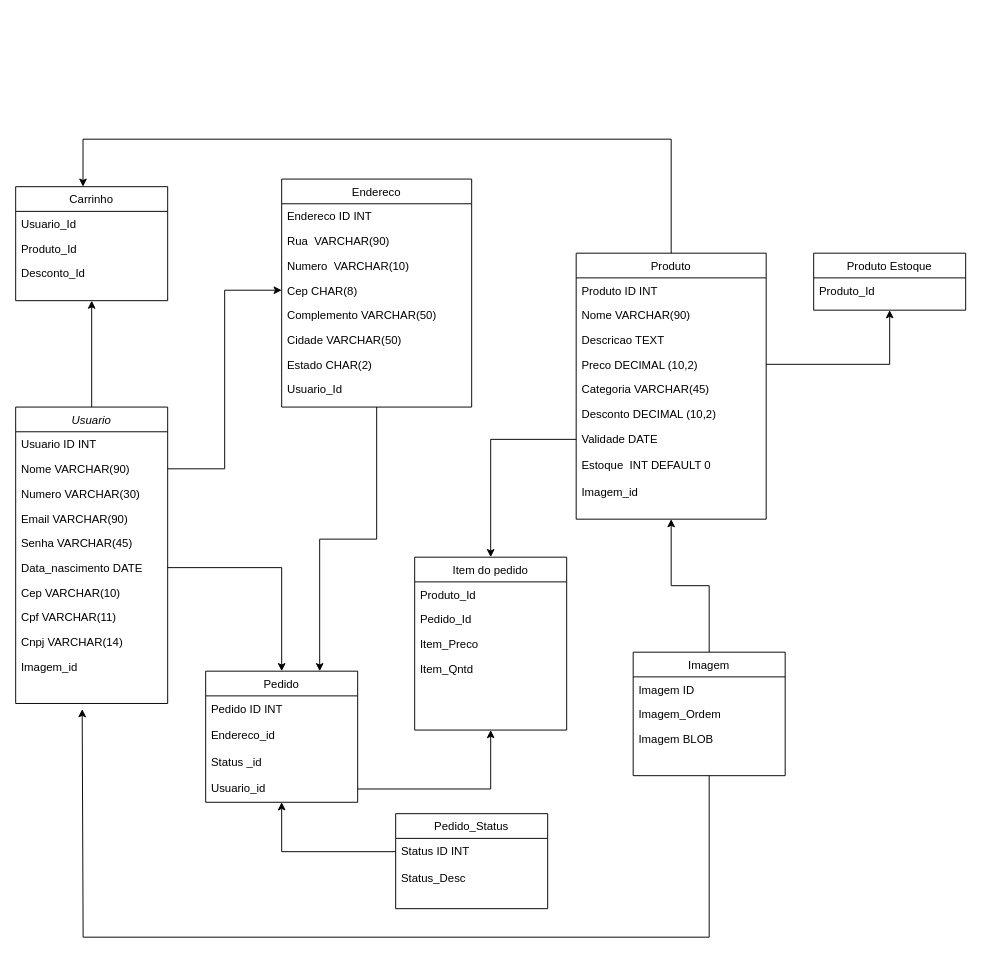
GustavoSsampaio/Pi_Baratin keeps this draw.io diagram as Pi5.drawio. Above is the earlier version. Source tidied: cells renumbered, new cells numbered last; positions are measured from the earlier drawing's top-left corner, leaving out a move shared by most shapes. Both pictures are drawn from the tidied source at 95%, with x=0, y=0 at pixel (15, 139).
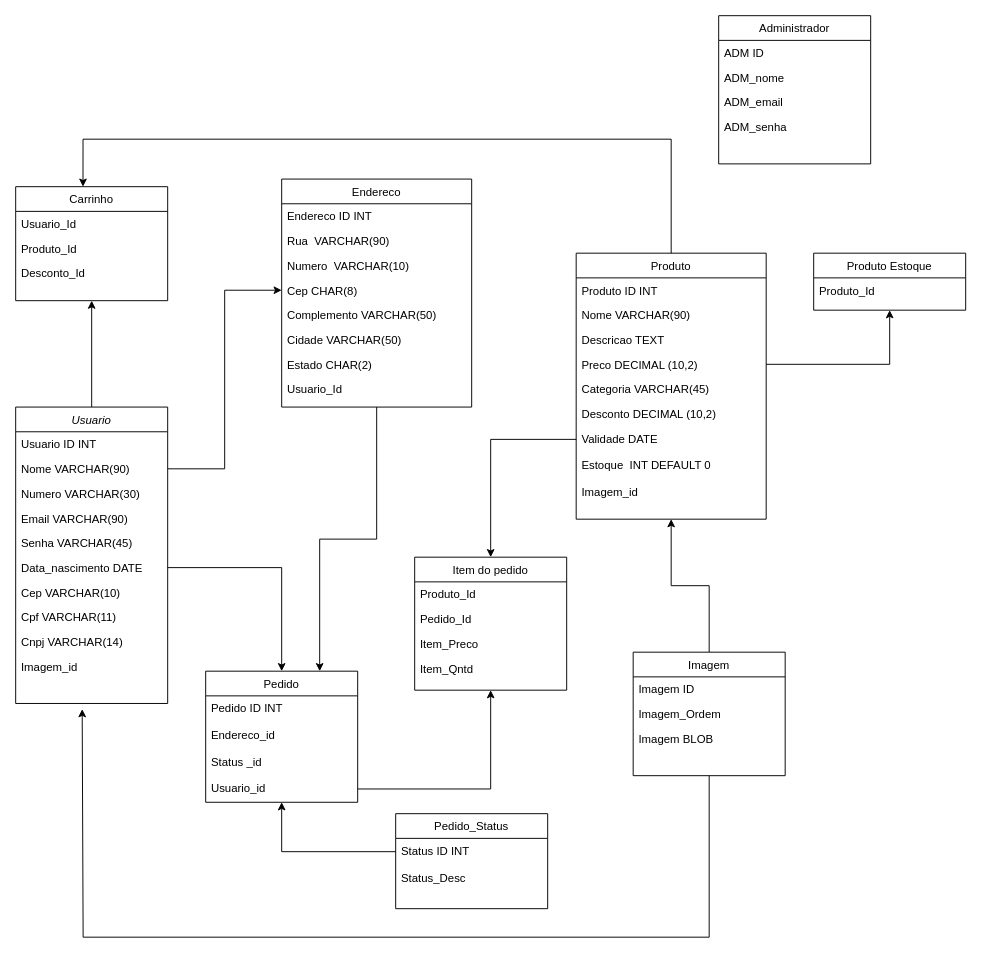
Above is the later version.

Change to the diagram source:
```diff
@@
     <mxCell id="28" value="Item do pedido" style="swimlane;fontStyle=0;align=center;verticalAlign=top;horizontal=1;startSize=26;rounded=0;shadow=0;strokeWidth=1;" parent="1" vertex="1">
-      <mxGeometry x="420" y="440" width="160" height="182" as="geometry" />
+      <mxGeometry x="420" y="440" width="160" height="140" as="geometry" />
     </mxCell>
@@
+    <mxCell id="66" value="Administrador" style="swimlane;fontStyle=0;align=center;verticalAlign=top;horizontal=1;startSize=26;rounded=0;shadow=0;strokeWidth=1;" parent="1" vertex="1">
+      <mxGeometry x="740" y="-130" width="160" height="156" as="geometry" />
+    </mxCell>
+    <mxCell id="67" value="ADM ID" style="text;align=left;verticalAlign=top;spacingLeft=4;spacingRight=4;overflow=hidden;" parent="66" vertex="1">
+      <mxGeometry y="26" width="160" height="26" as="geometry" />
+    </mxCell>
+    <mxCell id="68" value="ADM_nome" style="text;align=left;verticalAlign=top;spacingLeft=4;spacingRight=4;overflow=hidden;" parent="66" vertex="1">
+      <mxGeometry y="52" width="160" height="26" as="geometry" />
+    </mxCell>
+    <mxCell id="69" value="ADM_email" style="text;align=left;verticalAlign=top;spacingLeft=4;spacingRight=4;overflow=hidden;" parent="66" vertex="1">
+      <mxGeometry y="78" width="160" height="26" as="geometry" />
+    </mxCell>
+    <mxCell id="70" value="ADM_senha" style="text;align=left;verticalAlign=top;spacingLeft=4;spacingRight=4;overflow=hidden;" parent="66" vertex="1">
+      <mxGeometry y="104" width="160" height="26" as="geometry" />
+    </mxCell>
```
